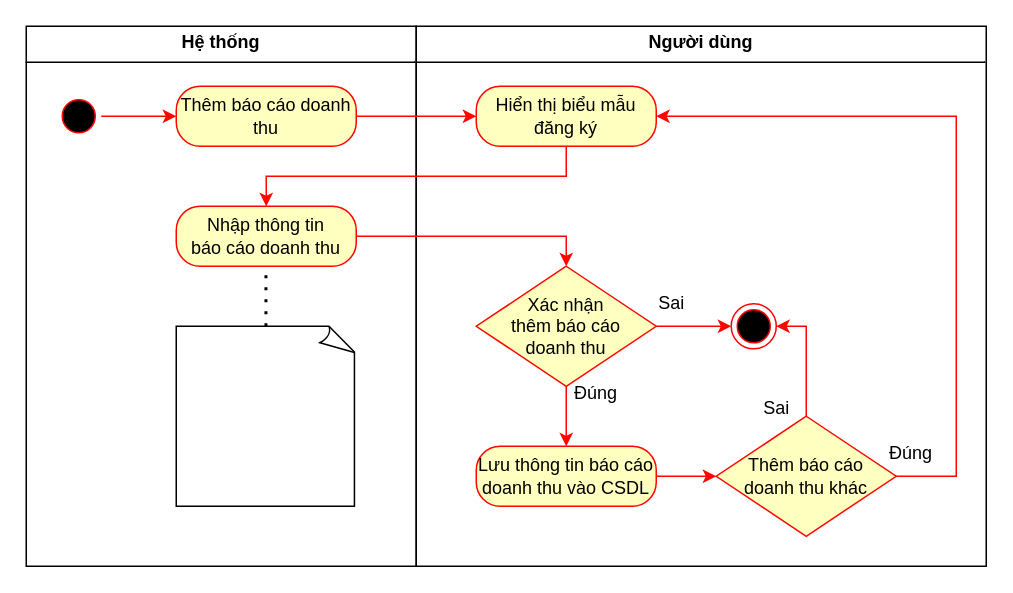
Before: Sơ đồ hoạt động UC thêm báo cáo doanh thu.drawio in HaojackYT/DAA_SA, a draw.io diagram. Source tidied: cells renumbered, new cells numbered last; positions are measured from the earlier drawing's top-left corner, leaving out a move shared by most shapes. Both pictures are drawn from the tidied source at 150%, with x=0, y=0 at pixel (26, 26).
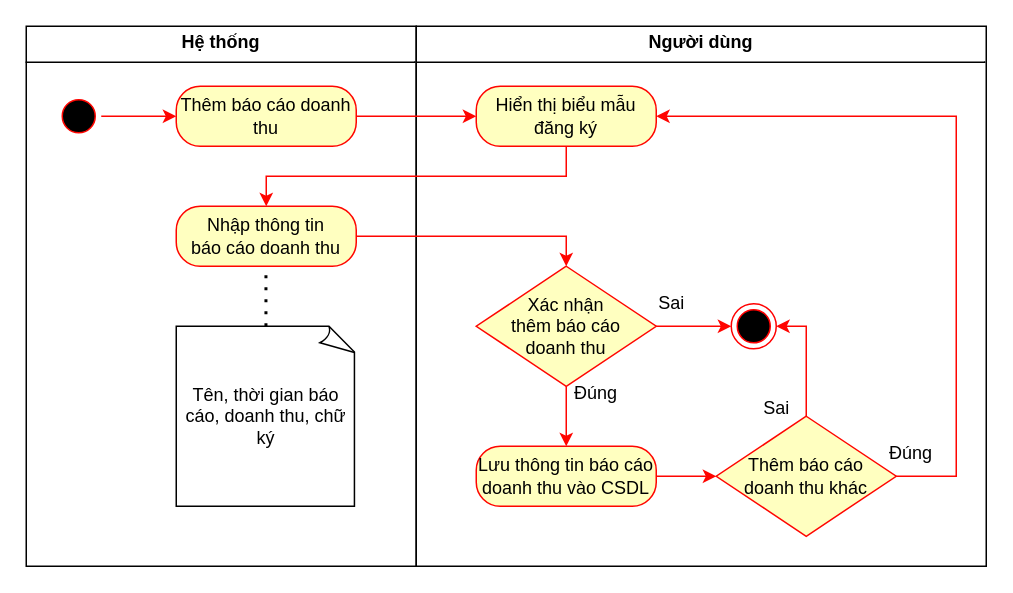
The same page after the edit.

Change to the diagram source:
```diff
@@
-    <mxCell id="12" style="whiteSpace=wrap;html=1;shape=mxgraph.basic.document;align=center;strokeColor=#000000;" parent="1" vertex="1">
+    <mxCell id="12" value="Tên, thời gian báo cáo, doanh thu, chữ ký" style="whiteSpace=wrap;html=1;shape=mxgraph.basic.document;align=center;strokeColor=#000000;" parent="1" vertex="1">
       <mxGeometry x="100" y="200" width="120" height="120" as="geometry" />
     </mxCell>
```
